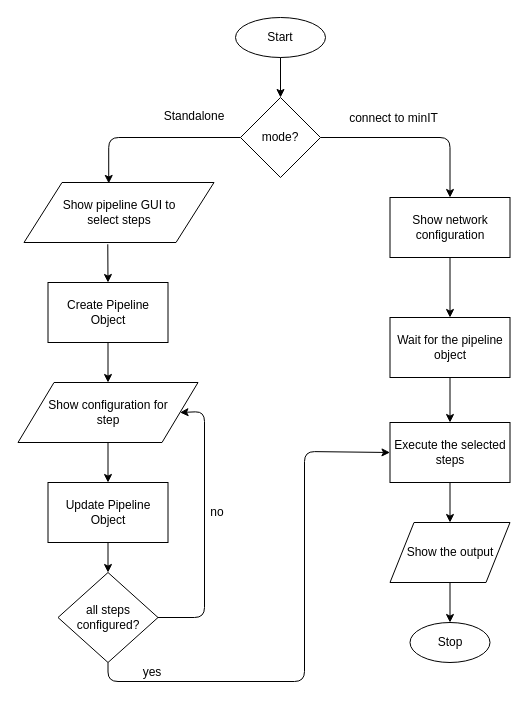
Before: page "f5n_flow_chart" (2 of 5) of server_mobile_connection.drawio in SanojPunchihewa/f5n, a draw.io diagram. Source tidied: cells renumbered, new cells numbered last; positions are measured from the earlier drawing's top-left corner, leaving out a move shared by most shapes. Both pictures are drawn from the tidied source at 100%, with x=0, y=0 at pixel (18, 17).
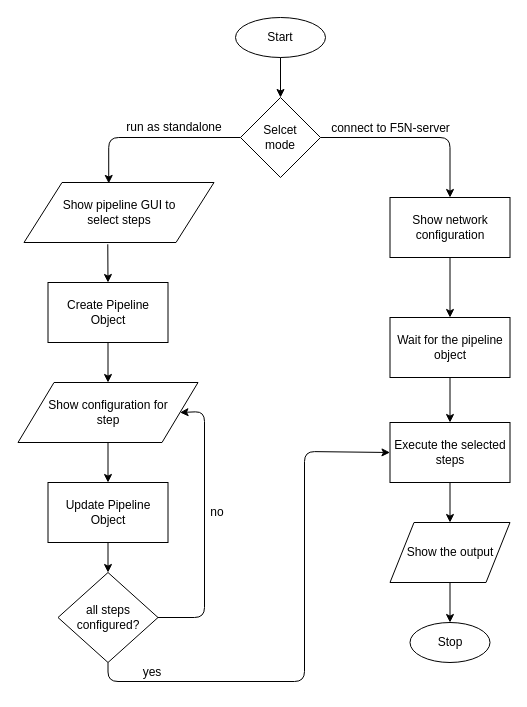
After the change.

Change to the diagram source:
```diff
@@
-    <mxCell id="5" value="mode?" style="rhombus;whiteSpace=wrap;html=1;" parent="1" vertex="1">
+    <mxCell id="5" value="&lt;div&gt;Selcet&lt;/div&gt;&lt;div&gt;mode&lt;/div&gt;" style="rhombus;whiteSpace=wrap;html=1;" parent="1" vertex="1">
       <mxGeometry x="222" y="80" width="80" height="80" as="geometry" />
     </mxCell>
@@
-    <mxCell id="20" value="Standalone" style="text;html=1;strokeColor=none;fillColor=none;align=center;verticalAlign=middle;whiteSpace=wrap;rounded=0;" parent="1" vertex="1">
-      <mxGeometry x="155.5" y="89" width="40" height="20" as="geometry" />
+    <mxCell id="20" value="run as standalone" style="text;html=1;strokeColor=none;fillColor=none;align=center;verticalAlign=middle;whiteSpace=wrap;rounded=0;" parent="1" vertex="1">
+      <mxGeometry x="100.5" y="100" width="110" height="20" as="geometry" />
     </mxCell>
-    <mxCell id="21" value="connect to minIT" style="text;html=1;strokeColor=none;fillColor=none;align=center;verticalAlign=middle;whiteSpace=wrap;rounded=0;" parent="1" vertex="1">
-      <mxGeometry x="329" y="91" width="93" height="20" as="geometry" />
+    <mxCell id="21" value="connect to F5N-server" style="text;html=1;strokeColor=none;fillColor=none;align=center;verticalAlign=middle;whiteSpace=wrap;rounded=0;" parent="1" vertex="1">
+      <mxGeometry x="309" y="101" width="127" height="20" as="geometry" />
     </mxCell>
```
